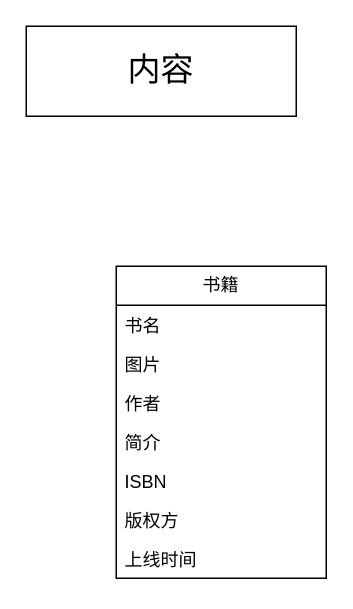
Above: page "第 2 页" (2 of 4) of wisdom-content.drawio in joywt/drowin-folder (draw.io), before the change. Source tidied: cells renumbered, new cells numbered last; positions are measured from the earlier drawing's top-left corner, leaving out a move shared by most shapes. Both pictures are drawn from the tidied source at 150%, with x=0, y=0 at pixel (26, 26).
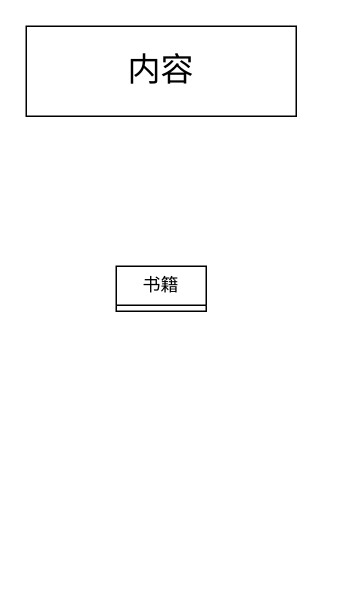
Above is the later version.

Diff of the diagram source:
```diff
@@
 <mxGraphModel>
   <root>
     <mxCell id="0" />
     <mxCell id="1" parent="0" />
-    <mxCell id="2" value="书籍" style="swimlane;fontStyle=0;horizontal=1;startSize=26;fillColor=none;whiteSpace=wrap;html=1;" parent="1" vertex="1">
-      <mxGeometry x="60" y="160" width="140" height="208" as="geometry" />
+    <mxCell id="2" value="书籍" style="swimlane;fontStyle=0;horizontal=1;startSize=26;fillColor=none;whiteSpace=wrap;html=1;" parent="1" vertex="1" collapsed="1">
+      <mxGeometry x="60" y="160" width="60" height="30" as="geometry" />
     </mxCell>
-    <mxCell id="3" value="书名" style="text;strokeColor=none;fillColor=none;align=left;verticalAlign=top;spacingLeft=4;spacingRight=4;overflow=hidden;whiteSpace=wrap;html=1;" parent="2" vertex="1">
-      <mxGeometry y="26" width="140" height="26" as="geometry" />
-    </mxCell>
-    <mxCell id="4" value="图片&amp;nbsp;" style="text;strokeColor=none;fillColor=none;align=left;verticalAlign=top;spacingLeft=4;spacingRight=4;overflow=hidden;whiteSpace=wrap;html=1;" parent="2" vertex="1">
-      <mxGeometry y="52" width="140" height="26" as="geometry" />
-    </mxCell>
-    <mxCell id="5" value="作者" style="text;strokeColor=none;fillColor=none;align=left;verticalAlign=top;spacingLeft=4;spacingRight=4;overflow=hidden;whiteSpace=wrap;html=1;" parent="2" vertex="1">
-      <mxGeometry y="78" width="140" height="26" as="geometry" />
-    </mxCell>
-    <mxCell id="6" value="简介" style="text;strokeColor=none;fillColor=none;align=left;verticalAlign=top;spacingLeft=4;spacingRight=4;overflow=hidden;whiteSpace=wrap;html=1;" parent="2" vertex="1">
-      <mxGeometry y="104" width="140" height="26" as="geometry" />
-    </mxCell>
-    <mxCell id="7" value="ISBN&lt;span style=&quot;white-space: pre;&quot;&gt; &lt;/span&gt;" style="text;strokeColor=none;fillColor=none;align=left;verticalAlign=top;spacingLeft=4;spacingRight=4;overflow=hidden;whiteSpace=wrap;html=1;" parent="2" vertex="1">
-      <mxGeometry y="130" width="140" height="26" as="geometry" />
-    </mxCell>
-    <mxCell id="8" value="版权方" style="text;strokeColor=none;fillColor=none;align=left;verticalAlign=top;spacingLeft=4;spacingRight=4;overflow=hidden;whiteSpace=wrap;html=1;" parent="2" vertex="1">
-      <mxGeometry y="156" width="140" height="26" as="geometry" />
-    </mxCell>
-    <mxCell id="9" value="上线时间" style="text;strokeColor=none;fillColor=none;align=left;verticalAlign=top;spacingLeft=4;spacingRight=4;overflow=hidden;whiteSpace=wrap;html=1;" parent="2" vertex="1">
-      <mxGeometry y="182" width="140" height="26" as="geometry" />
-    </mxCell>
     <mxCell id="10" value="内容" style="rounded=0;whiteSpace=wrap;html=1;fontSize=22;" parent="1" vertex="1">
       <mxGeometry width="180" height="60" as="geometry" />
     </mxCell>
   </root>
 </mxGraphModel>
```
